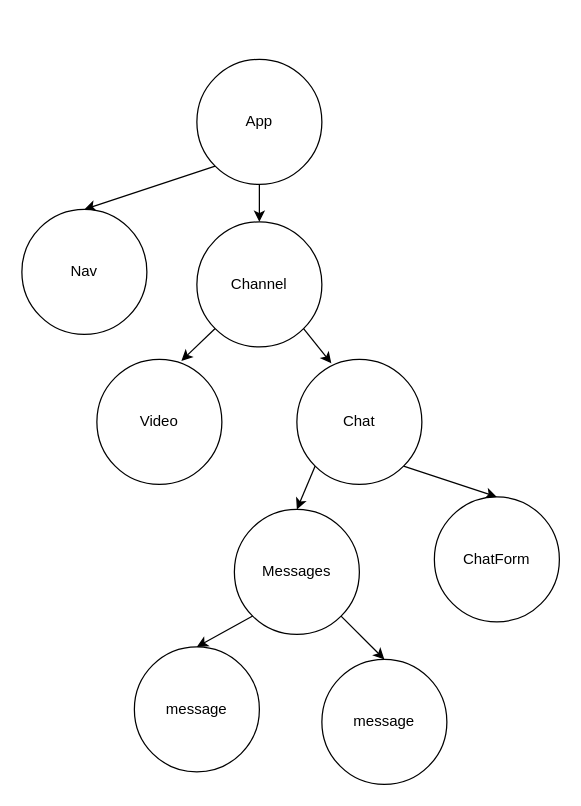
This is components.drawio from SimplySylvia/react_code_chill, a draw.io file, before an edit. Source tidied: cells renumbered, new cells numbered last; positions are measured from the earlier drawing's top-left corner, leaving out a move shared by most shapes. Both pictures are drawn from the tidied source at 125%, with x=0, y=0 at pixel (21, 59).
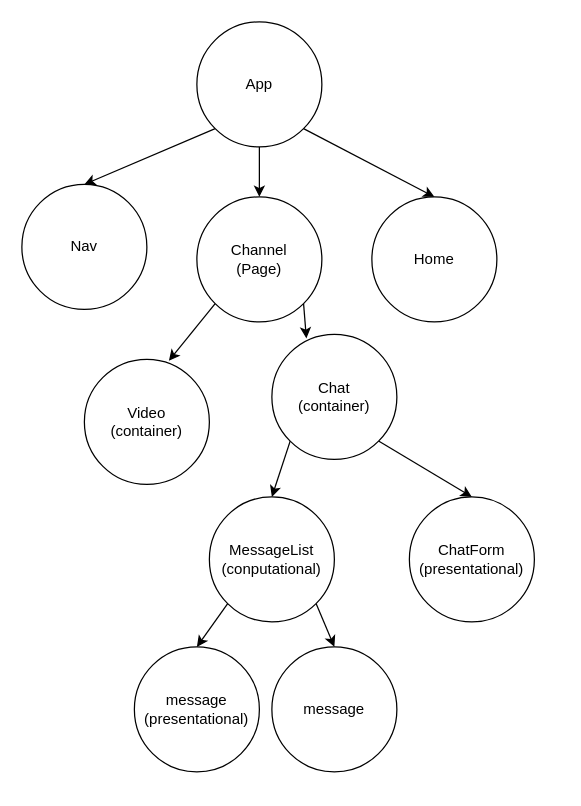
The same page after the edit.

Commit message (it also covers changes not shown here):
:sparkles: (adds additonal components for structure breakdown)

The edit, as a diff of the source:
```diff
@@
+    <mxCell id="19" style="edgeStyle=none;html=1;exitX=1;exitY=1;exitDx=0;exitDy=0;entryX=0.5;entryY=0;entryDx=0;entryDy=0;" parent="1" edge="1" source="4" target="20">
+      <mxGeometry relative="1" as="geometry" />
+    </mxCell>
     <mxCell id="4" value="App" style="ellipse;whiteSpace=wrap;html=1;" parent="1" vertex="1">
-      <mxGeometry x="140" width="100" height="100" as="geometry" />
+      <mxGeometry x="140" y="-30" width="100" height="100" as="geometry" />
     </mxCell>
@@
-    <mxCell id="7" value="Channel" style="ellipse;whiteSpace=wrap;html=1;" parent="1" vertex="1">
-      <mxGeometry x="140" y="130" width="100" height="100" as="geometry" />
+    <mxCell id="7" value="Channel&lt;br&gt;(Page)" style="ellipse;whiteSpace=wrap;html=1;" parent="1" vertex="1">
+      <mxGeometry x="140" y="110" width="100" height="100" as="geometry" />
     </mxCell>
-    <mxCell id="8" value="Video" style="ellipse;whiteSpace=wrap;html=1;" parent="1" vertex="1">
-      <mxGeometry x="60" y="240" width="100" height="100" as="geometry" />
+    <mxCell id="8" value="Video&lt;br&gt;(container)" style="ellipse;whiteSpace=wrap;html=1;" parent="1" vertex="1">
+      <mxGeometry x="50" y="240" width="100" height="100" as="geometry" />
     </mxCell>
@@
-    <mxCell id="11" value="Chat" style="ellipse;whiteSpace=wrap;html=1;" parent="1" vertex="1">
-      <mxGeometry x="220" y="240" width="100" height="100" as="geometry" />
+    <mxCell id="11" value="Chat&lt;br&gt;(container)" style="ellipse;whiteSpace=wrap;html=1;" parent="1" vertex="1">
+      <mxGeometry x="200" y="220" width="100" height="100" as="geometry" />
     </mxCell>
@@
-    <mxCell id="14" value="Messages" style="ellipse;whiteSpace=wrap;html=1;" parent="1" vertex="1">
-      <mxGeometry x="170" y="360" width="100" height="100" as="geometry" />
+    <mxCell id="14" value="MessageList&lt;br&gt;(conputational)" style="ellipse;whiteSpace=wrap;html=1;" parent="1" vertex="1">
+      <mxGeometry x="150" y="350" width="100" height="100" as="geometry" />
     </mxCell>
-    <mxCell id="15" value="ChatForm" style="ellipse;whiteSpace=wrap;html=1;" parent="1" vertex="1">
-      <mxGeometry x="330" y="350" width="100" height="100" as="geometry" />
+    <mxCell id="15" value="ChatForm&lt;br&gt;(presentational)" style="ellipse;whiteSpace=wrap;html=1;" parent="1" vertex="1">
+      <mxGeometry x="310" y="350" width="100" height="100" as="geometry" />
     </mxCell>
-    <mxCell id="16" value="message" style="ellipse;whiteSpace=wrap;html=1;" parent="1" vertex="1">
+    <mxCell id="16" value="message&lt;br&gt;(presentational)" style="ellipse;whiteSpace=wrap;html=1;" parent="1" vertex="1">
       <mxGeometry x="90" y="470" width="100" height="100" as="geometry" />
     </mxCell>
     <mxCell id="17" value="message" style="ellipse;whiteSpace=wrap;html=1;" parent="1" vertex="1">
-      <mxGeometry x="240" y="480" width="100" height="100" as="geometry" />
+      <mxGeometry x="200" y="470" width="100" height="100" as="geometry" />
     </mxCell>
     <mxCell id="18" value="Nav" style="ellipse;whiteSpace=wrap;html=1;" parent="1" vertex="1">
-      <mxGeometry y="120" width="100" height="100" as="geometry" />
+      <mxGeometry y="100" width="100" height="100" as="geometry" />
     </mxCell>
+    <mxCell id="20" value="Home" style="ellipse;whiteSpace=wrap;html=1;" parent="1" vertex="1">
+      <mxGeometry x="280" y="110" width="100" height="100" as="geometry" />
+    </mxCell>
```
